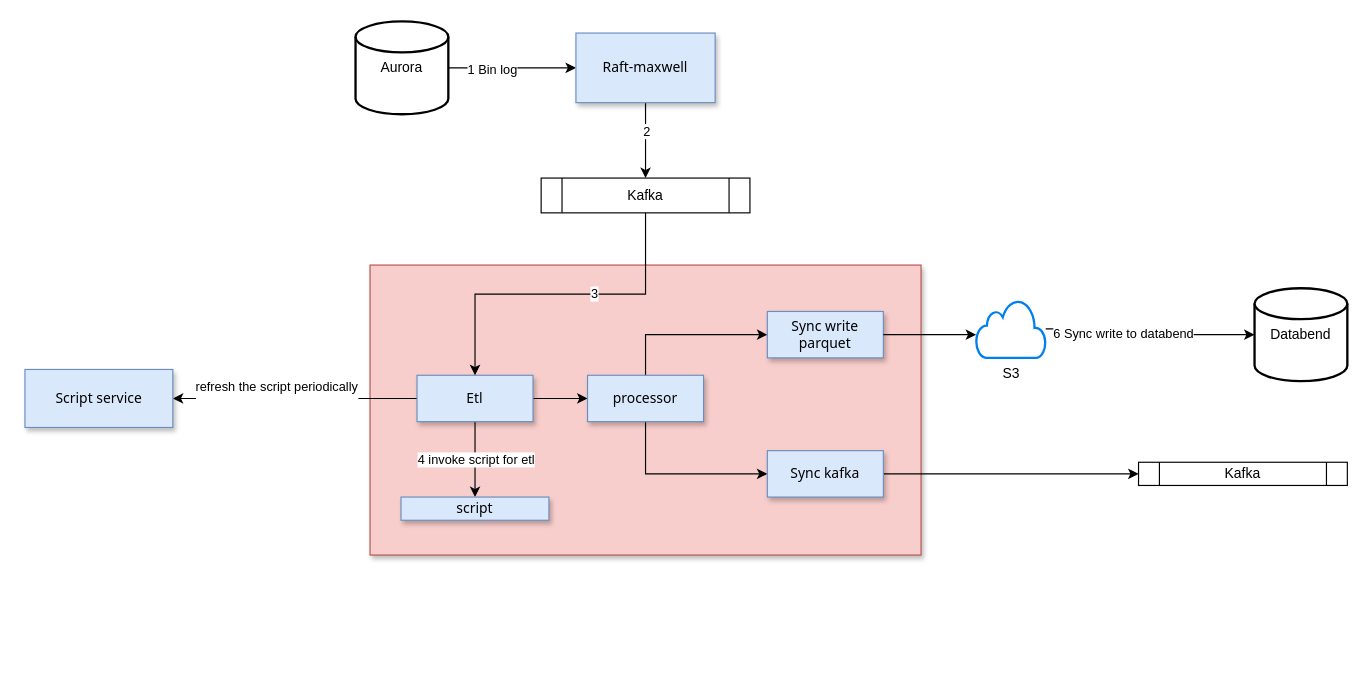
This is doc/databend-parquet-mysql2.drawio from jackjoesh/databend, a draw.io file, before an edit. Source tidied: cells renumbered, new cells numbered last; positions are measured from the earlier drawing's top-left corner, leaving out a move shared by most shapes. Both pictures are drawn from the tidied source at 116%, with x=0, y=0 at pixel (24, 21).
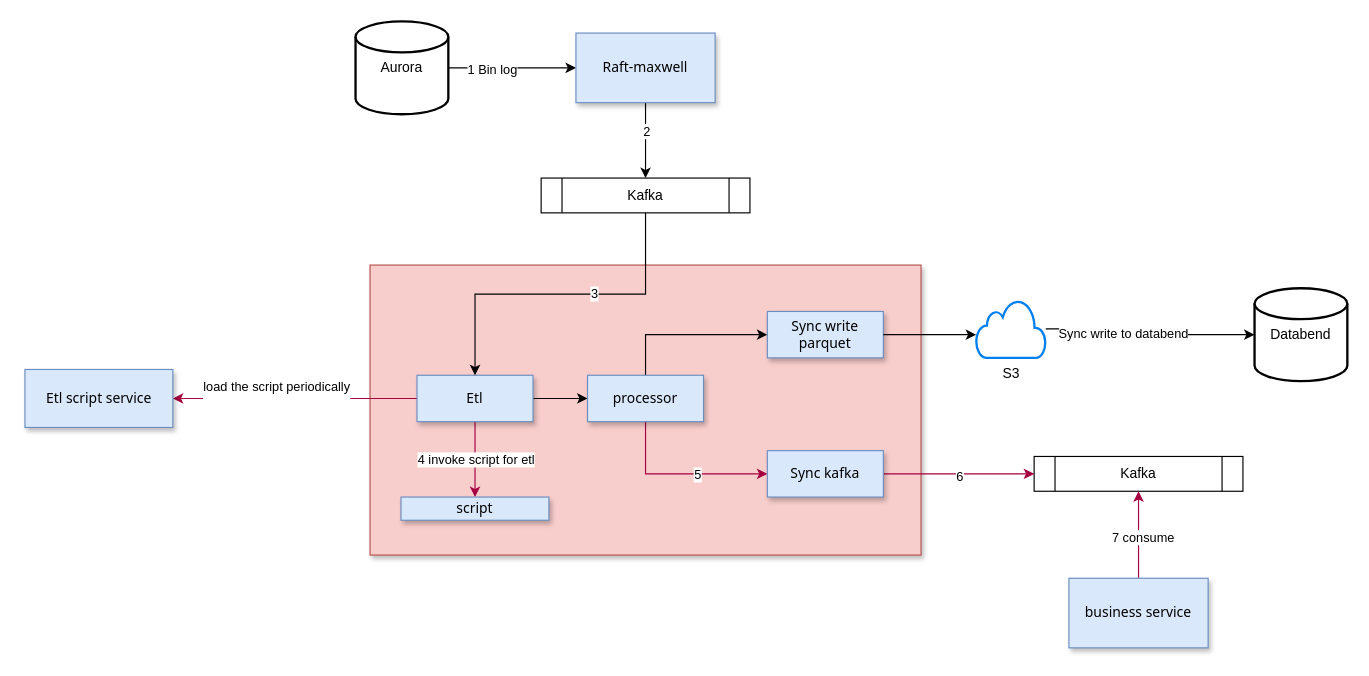
The same diagram, later.

Unchanged cells that the change refers to:
```xml
<mxCell id="10" style="edgeStyle=orthogonalEdgeStyle;rounded=0;jettySize=auto;html=1;" parent="1" edge="1" source="12" target="13">
  <mxGeometry relative="1" as="geometry" />
</mxCell>
<mxCell id="19" value="Etl" style="rounded=0;whiteSpace=wrap;html=1;fillColor=#dae8fc;strokeColor=#6c8ebf;shadow=1;fontFamily=Tahoma;" parent="1" vertex="1">
  <mxGeometry x="338" y="305" width="100" height="40" as="geometry" />
</mxCell>
<mxCell id="22" value="processor" style="rounded=0;whiteSpace=wrap;html=1;fillColor=#dae8fc;strokeColor=#6c8ebf;shadow=1;fontFamily=Tahoma;" parent="1" vertex="1">
  <mxGeometry x="485" y="305" width="100" height="40" as="geometry" />
</mxCell>
<mxCell id="29" value="Sync kafka" style="rounded=0;whiteSpace=wrap;html=1;fillColor=#dae8fc;strokeColor=#6c8ebf;shadow=1;fontFamily=Tahoma;" parent="1" vertex="1">
  <mxGeometry x="640" y="370" width="100" height="40" as="geometry" />
</mxCell>
<mxCell id="31" value="script" style="rounded=0;whiteSpace=wrap;html=1;fillColor=#dae8fc;strokeColor=#6c8ebf;shadow=1;fontFamily=Tahoma;" parent="1" vertex="1">
  <mxGeometry x="324.2" y="410" width="127.5" height="20" as="geometry" />
</mxCell>
```

The edit, as a diff of the source:
```diff
@@
-    <mxCell id="11" value="6 Sync write to databend" style="edgeLabel;html=1;align=center;verticalAlign=middle;" parent="10" vertex="1">
+    <mxCell id="11" value="Sync write to databend" style="edgeLabel;html=1;align=center;verticalAlign=middle;" parent="10" vertex="1">
       <mxGeometry x="-0.29" y="-3" relative="1" as="geometry" />
     </mxCell>
@@
-    <mxCell id="15" style="edgeStyle=orthogonalEdgeStyle;rounded=0;jettySize=auto;html=1;entryX=1;entryY=0.5;entryDx=0;entryDy=0;" parent="1" edge="1" source="19" target="26">
+    <mxCell id="15" style="edgeStyle=orthogonalEdgeStyle;rounded=0;jettySize=auto;html=1;entryX=1;entryY=0.5;entryDx=0;entryDy=0;fillColor=#d80073;strokeColor=#A50040;" parent="1" edge="1" source="19" target="26">
       <mxGeometry relative="1" as="geometry" />
     </mxCell>
-    <mxCell id="16" value="&lt;div&gt;refresh the script periodically&lt;/div&gt;&lt;div&gt;&lt;br&gt;&lt;/div&gt;" style="edgeLabel;html=1;align=center;verticalAlign=middle;" parent="15" vertex="1">
+    <mxCell id="16" value="&lt;div&gt;load the script periodically&lt;/div&gt;&lt;div&gt;&lt;br&gt;&lt;/div&gt;" style="edgeLabel;html=1;align=center;verticalAlign=middle;" parent="15" vertex="1">
       <mxGeometry x="0.16" y="-4" relative="1" as="geometry" />
     </mxCell>
-    <mxCell id="17" style="edgeStyle=orthogonalEdgeStyle;rounded=0;jettySize=auto;html=1;" parent="1" edge="1" source="19" target="31">
+    <mxCell id="17" style="edgeStyle=orthogonalEdgeStyle;rounded=0;jettySize=auto;html=1;fillColor=#d80073;strokeColor=#A50040;" parent="1" edge="1" source="19" target="31">
       <mxGeometry relative="1" as="geometry" />
     </mxCell>
@@
-    <mxCell id="21" style="edgeStyle=orthogonalEdgeStyle;rounded=0;jettySize=auto;html=1;entryX=0;entryY=0.5;entryDx=0;entryDy=0;exitX=0.5;exitY=1;exitDx=0;exitDy=0;" parent="1" edge="1" source="22" target="29">
+    <mxCell id="21" style="edgeStyle=orthogonalEdgeStyle;rounded=0;jettySize=auto;html=1;entryX=0;entryY=0.5;entryDx=0;entryDy=0;exitX=0.5;exitY=1;exitDx=0;exitDy=0;fillColor=#d80073;strokeColor=#A50040;" parent="1" edge="1" source="22" target="29">
       <mxGeometry relative="1" as="geometry" />
     </mxCell>
+    <mxCell id="32" value="5" style="edgeLabel;html=1;align=center;verticalAlign=middle;" parent="21" vertex="1">
+      <mxGeometry x="0.19" relative="1" as="geometry" />
+    </mxCell>
@@
-    <mxCell id="26" value="Script service" style="rounded=0;whiteSpace=wrap;html=1;fillColor=#dae8fc;strokeColor=#6c8ebf;shadow=1;fontFamily=Tahoma;" parent="1" vertex="1">
+    <mxCell id="26" value="Etl script service" style="rounded=0;whiteSpace=wrap;html=1;fillColor=#dae8fc;strokeColor=#6c8ebf;shadow=1;fontFamily=Tahoma;" parent="1" vertex="1">
       <mxGeometry y="300" width="127.5" height="50" as="geometry" />
     </mxCell>
@@
-    <mxCell id="28" style="edgeStyle=orthogonalEdgeStyle;rounded=0;jettySize=auto;html=1;exitX=1;exitY=0.5;exitDx=0;exitDy=0;entryX=0;entryY=0.5;entryDx=0;entryDy=0;" parent="1" edge="1" source="29" target="30">
+    <mxCell id="28" style="edgeStyle=orthogonalEdgeStyle;rounded=0;jettySize=auto;html=1;exitX=1;exitY=0.5;exitDx=0;exitDy=0;entryX=0;entryY=0.5;entryDx=0;entryDy=0;fillColor=#d80073;strokeColor=#A50040;" parent="1" edge="1" source="29" target="30">
       <mxGeometry relative="1" as="geometry" />
     </mxCell>
+    <mxCell id="33" value="6" style="edgeLabel;html=1;align=center;verticalAlign=middle;" parent="28" vertex="1">
+      <mxGeometry y="-2" relative="1" as="geometry" />
+    </mxCell>
@@
     <mxCell id="30" value="Kafka" style="shape=process;whiteSpace=wrap;html=1;backgroundOutline=1;" parent="1" vertex="1">
-      <mxGeometry x="960" y="380" width="180" height="20" as="geometry" />
+      <mxGeometry x="870" y="375" width="180" height="30" as="geometry" />
     </mxCell>
@@
+    <mxCell id="34" style="edgeStyle=orthogonalEdgeStyle;rounded=0;jettySize=auto;html=1;fillColor=#d80073;strokeColor=#A50040;" parent="1" edge="1" source="36" target="30">
+      <mxGeometry relative="1" as="geometry" />
+    </mxCell>
+    <mxCell id="35" value="7 consume" style="edgeLabel;html=1;align=center;verticalAlign=middle;" parent="34" vertex="1">
+      <mxGeometry x="-0.04" y="-3" relative="1" as="geometry" />
+    </mxCell>
+    <mxCell id="36" value="business service" style="rounded=0;whiteSpace=wrap;html=1;fillColor=#dae8fc;strokeColor=#6c8ebf;shadow=1;fontFamily=Tahoma;" parent="1" vertex="1">
+      <mxGeometry x="900" y="480" width="120" height="60" as="geometry" />
+    </mxCell>
```
